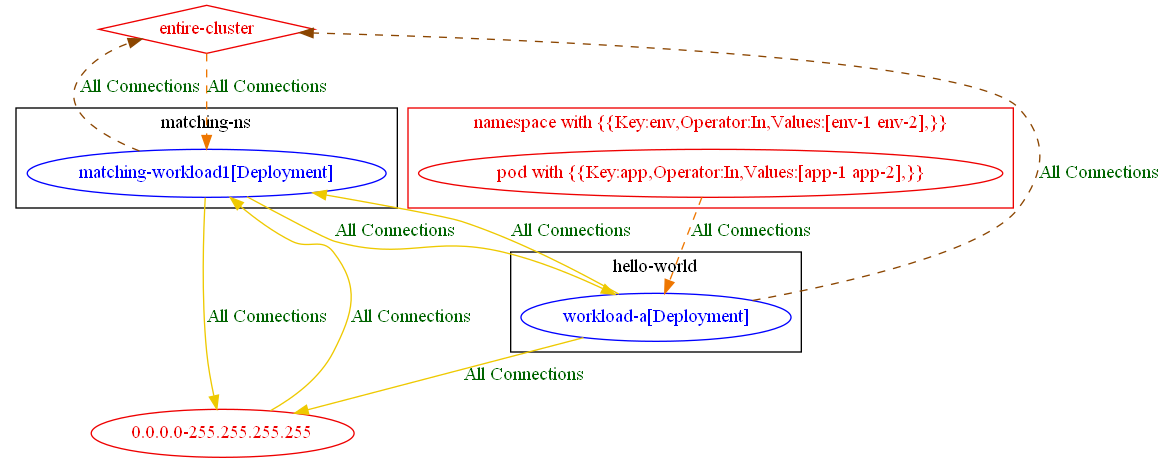
Earlier version of the Graphviz export test_outputs/connlist/exposure_test_with_match_expression_in_op_with_matching_pod_exposure_output.dot.png (np-guard/netpol-analyzer). Its source is kept beside it as test_outputs/connlist/exposure_test_with_match_expression_in_op_with_matching_pod_exposure_output.dot.
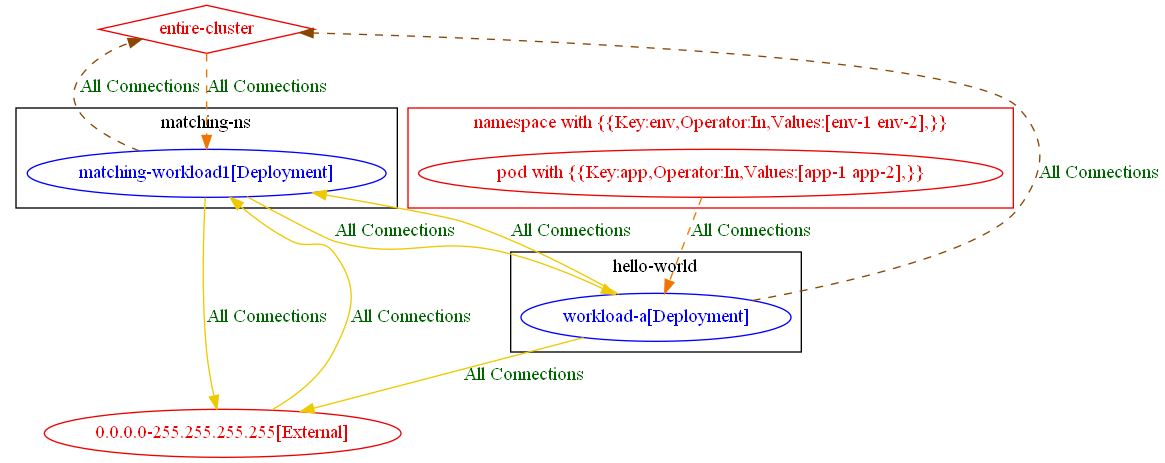
After the change.

The edit, as a diff of the source:
```diff
@@ -17,14 +17,14 @@
 		"pod with {{Key:app,Operator:In,Values:[app-1 app-2],}}_in_namespace with {{Key:env,Operator:In,Values:[env-1 env-2],}}" [label="pod with {{Key:app,Operator:In,Values:[app-1 app-2],}}" color="red2" fontcolor="red2"]
 		label="namespace with {{Key:env,Operator:In,Values:[env-1 env-2],}}"
 	}
-	"0.0.0.0-255.255.255.255" [label="0.0.0.0-255.255.255.255" color="red2" fontcolor="red2"]
+	"0.0.0.0-255.255.255.255[External]" [label="0.0.0.0-255.255.255.255[External]" color="red2" fontcolor="red2"]
 	"entire-cluster" [label="entire-cluster" color="red2" fontcolor="red2" shape=diamond]
-	"0.0.0.0-255.255.255.255" -> "matching-ns/matching-workload1[Deployment]" [label="All Connections" color="gold2" fontcolor="darkgreen" weight=0.5]
+	"0.0.0.0-255.255.255.255[External]" -> "matching-ns/matching-workload1[Deployment]" [label="All Connections" color="gold2" fontcolor="darkgreen" weight=0.5]
 	"entire-cluster" -> "matching-ns/matching-workload1[Deployment]" [label="All Connections" color="darkorange2" fontcolor="darkgreen" weight=1 style=dashed]
-	"hello-world/workload-a[Deployment]" -> "0.0.0.0-255.255.255.255" [label="All Connections" color="gold2" fontcolor="darkgreen" weight=1]
+	"hello-world/workload-a[Deployment]" -> "0.0.0.0-255.255.255.255[External]" [label="All Connections" color="gold2" fontcolor="darkgreen" weight=1]
 	"hello-world/workload-a[Deployment]" -> "entire-cluster" [label="All Connections" color="darkorange4" fontcolor="darkgreen" weight=0.5 style=dashed]
 	"hello-world/workload-a[Deployment]" -> "matching-ns/matching-workload1[Deployment]" [label="All Connections" color="gold2" fontcolor="darkgreen" weight=0.5]
-	"matching-ns/matching-workload1[Deployment]" -> "0.0.0.0-255.255.255.255" [label="All Connections" color="gold2" fontcolor="darkgreen" weight=1]
+	"matching-ns/matching-workload1[Deployment]" -> "0.0.0.0-255.255.255.255[External]" [label="All Connections" color="gold2" fontcolor="darkgreen" weight=1]
 	"matching-ns/matching-workload1[Deployment]" -> "entire-cluster" [label="All Connections" color="darkorange4" fontcolor="darkgreen" weight=0.5 style=dashed]
 	"matching-ns/matching-workload1[Deployment]" -> "hello-world/workload-a[Deployment]" [label="All Connections" color="gold2" fontcolor="darkgreen" weight=1]
 	"pod with {{Key:app,Operator:In,Values:[app-1 app-2],}}_in_namespace with {{Key:env,Operator:In,Values:[env-1 env-2],}}" -> "hello-world/workload-a[Deployment]" [label="All Connections" color="darkorange2" fontcolor="darkgreen" weight=1 style=dashed]
```
